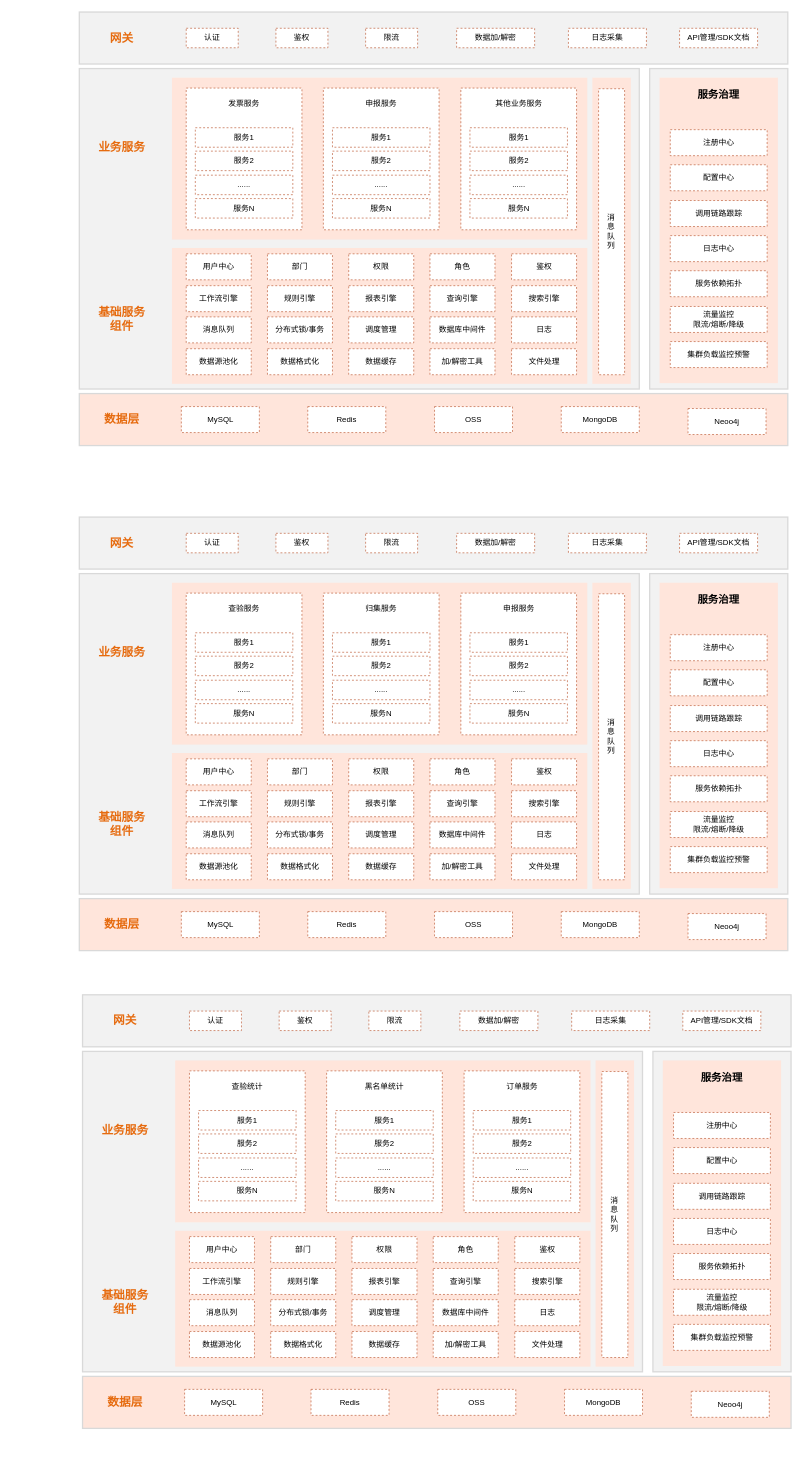
Before: 微服务.drawio in xingzhihe/hello-world, a draw.io diagram. Source tidied: cells renumbered, new cells numbered last; positions are measured from the earlier drawing's top-left corner, leaving out a move shared by most shapes. Both pictures are drawn from the tidied source at 65%, with x=0, y=0 at pixel (79, 12).
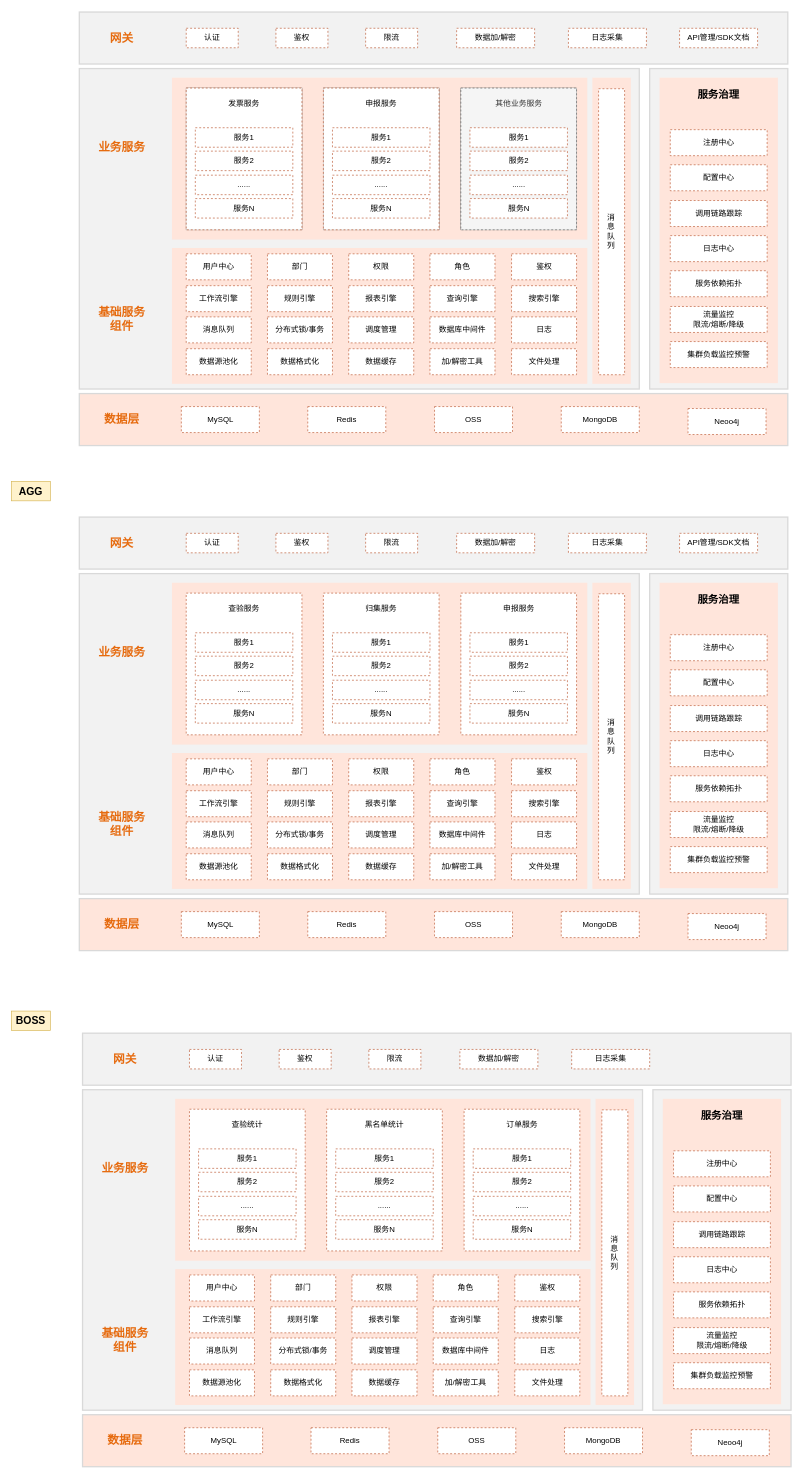
The same diagram, later.

Commit message:
更新微服务.drawio

The edit, as a diff of the source:
```diff
@@
-    <mxCell id="42" style="group;" parent="1" vertex="1">
+    <mxCell id="42" style="group;fillColor=#f5f5f5;strokeColor=#666666;fontColor=#333333;" parent="1" vertex="1">
       <mxGeometry x="376" y="117" width="178" height="218" as="geometry" />
     </mxCell>
@@
-    <mxCell id="48" style="group;" parent="1" vertex="1">
+    <mxCell id="48" style="group;fillColor=#f5f5f5;strokeColor=#666666;fontColor=#333333;" parent="1" vertex="1">
       <mxGeometry x="587.5" y="117" width="178" height="218" as="geometry" />
     </mxCell>
-    <mxCell id="49" value="其他业务服务" style="whiteSpace=wrap;html=1;strokeColor=#BB5933;dashed=1;verticalAlign=top;spacingBottom=0;spacingTop=10;" parent="48" vertex="1">
+    <mxCell id="49" value="其他业务服务" style="whiteSpace=wrap;html=1;strokeColor=#666666;dashed=1;verticalAlign=top;spacingBottom=0;spacingTop=10;fillColor=#f5f5f5;fontColor=#333333;" parent="48" vertex="1">
       <mxGeometry width="178" height="218" as="geometry" />
     </mxCell>
@@
-    <mxCell id="57" style="group;" parent="1" vertex="1">
+    <mxCell id="57" style="group;fillColor=#f5f5f5;strokeColor=#666666;fontColor=#333333;" parent="1" vertex="1">
       <mxGeometry x="165" y="117" width="178" height="218" as="geometry" />
     </mxCell>
@@
     <mxCell id="142" style="whiteSpace=wrap;html=1;fontSize=18;fontStyle=1;strokeWidth=2;fillColor=#F2F2F2;strokeColor=#D9D9D9;" parent="1" vertex="1">
-      <mxGeometry x="5.5" y="1599" width="861.5" height="493" as="geometry" />
+      <mxGeometry x="5.5" y="1658" width="861.5" height="493" as="geometry" />
     </mxCell>
     <mxCell id="143" style="whiteSpace=wrap;html=1;align=center;verticalAlign=top;fontSize=16;fontStyle=1;fillColor=#FFE5DB;strokeColor=none;fontColor=#143642;" parent="1" vertex="1">
-      <mxGeometry x="794.8" y="1613" width="59.2" height="471" as="geometry" />
+      <mxGeometry x="794.8" y="1672" width="59.2" height="471" as="geometry" />
     </mxCell>
     <mxCell id="144" style="whiteSpace=wrap;html=1;fontSize=18;fontStyle=1;strokeWidth=2;fillColor=#F2F2F2;strokeColor=#D9D9D9;" parent="1" vertex="1">
-      <mxGeometry x="5.5" y="1512" width="1090" height="80" as="geometry" />
+      <mxGeometry x="5.5" y="1571" width="1090" height="80" as="geometry" />
     </mxCell>
     <mxCell id="145" value="网关" style="whiteSpace=wrap;html=1;fillColor=none;strokeColor=none;fontStyle=1;fontSize=18;fontColor=#E66B0F;" parent="1" vertex="1">
-      <mxGeometry x="10.5" y="1532" width="120" height="40" as="geometry" />
+      <mxGeometry x="10.5" y="1591" width="120" height="40" as="geometry" />
     </mxCell>
     <mxCell id="146" style="whiteSpace=wrap;html=1;align=center;verticalAlign=top;fontSize=16;fontStyle=1;fillColor=#FFE5DB;strokeColor=none;fontColor=#143642;" parent="1" vertex="1">
-      <mxGeometry x="148" y="1875" width="639" height="209" as="geometry" />
+      <mxGeometry x="148" y="1934" width="639" height="209" as="geometry" />
     </mxCell>
     <mxCell id="147" style="whiteSpace=wrap;html=1;align=center;verticalAlign=top;fontSize=16;fontStyle=1;fillColor=#FFE5DB;strokeColor=none;fontColor=#143642;" parent="1" vertex="1">
-      <mxGeometry x="148" y="1613" width="639" height="249" as="geometry" />
+      <mxGeometry x="148" y="1672" width="639" height="249" as="geometry" />
     </mxCell>
     <mxCell id="148" value="基础服务&lt;br&gt;组件" style="whiteSpace=wrap;html=1;fontSize=18;fontStyle=1;strokeColor=none;fillColor=none;fontColor=#E66B0F;" parent="1" vertex="1">
-      <mxGeometry x="10.5" y="1965" width="120" height="40" as="geometry" />
+      <mxGeometry x="10.5" y="2024" width="120" height="40" as="geometry" />
     </mxCell>
     <mxCell id="149" style="whiteSpace=wrap;html=1;fillColor=#FFE5DB;strokeColor=#D9D9D9;fontSize=18;fontStyle=1;fontColor=#143642;strokeWidth=2;" parent="1" vertex="1">
-      <mxGeometry x="5.5" y="2099" width="1090" height="80" as="geometry" />
+      <mxGeometry x="5.5" y="2158" width="1090" height="80" as="geometry" />
     </mxCell>
     <mxCell id="150" value="数据层" style="whiteSpace=wrap;html=1;fillColor=none;strokeColor=none;fontSize=18;fontStyle=1;fontColor=#E66B0F;" parent="1" vertex="1">
-      <mxGeometry x="10.5" y="2119" width="120" height="40" as="geometry" />
+      <mxGeometry x="10.5" y="2178" width="120" height="40" as="geometry" />
     </mxCell>
     <mxCell id="151" value="MySQL" style="whiteSpace=wrap;html=1;strokeColor=#BB5933;dashed=1;" parent="1" vertex="1">
-      <mxGeometry x="162.5" y="2119" width="120" height="40" as="geometry" />
+      <mxGeometry x="162.5" y="2178" width="120" height="40" as="geometry" />
     </mxCell>
     <mxCell id="152" value="OSS" style="whiteSpace=wrap;html=1;strokeColor=#BB5933;dashed=1;" parent="1" vertex="1">
-      <mxGeometry x="552" y="2119" width="120" height="40" as="geometry" />
+      <mxGeometry x="552" y="2178" width="120" height="40" as="geometry" />
     </mxCell>
     <mxCell id="153" value="MongoDB" style="whiteSpace=wrap;html=1;strokeColor=#BB5933;dashed=1;" parent="1" vertex="1">
-      <mxGeometry x="747" y="2119" width="120" height="40" as="geometry" />
+      <mxGeometry x="747" y="2178" width="120" height="40" as="geometry" />
     </mxCell>
     <mxCell id="154" value="数据源池化" style="whiteSpace=wrap;html=1;strokeColor=#BB5933;dashed=1;" parent="1" vertex="1">
-      <mxGeometry x="170" y="2030" width="100" height="40" as="geometry" />
+      <mxGeometry x="170" y="2089" width="100" height="40" as="geometry" />
     </mxCell>
     <mxCell id="155" value="数据格式化" style="whiteSpace=wrap;html=1;strokeColor=#BB5933;dashed=1;" parent="1" vertex="1">
-      <mxGeometry x="295" y="2030" width="100" height="40" as="geometry" />
+      <mxGeometry x="295" y="2089" width="100" height="40" as="geometry" />
     </mxCell>
     <mxCell id="156" value="数据缓存" style="whiteSpace=wrap;html=1;strokeColor=#BB5933;dashed=1;" parent="1" vertex="1">
-      <mxGeometry x="420" y="2030" width="100" height="40" as="geometry" />
+      <mxGeometry x="420" y="2089" width="100" height="40" as="geometry" />
     </mxCell>
     <mxCell id="157" value="加/解密工具" style="whiteSpace=wrap;html=1;strokeColor=#BB5933;dashed=1;" parent="1" vertex="1">
-      <mxGeometry x="545" y="2030" width="100" height="40" as="geometry" />
+      <mxGeometry x="545" y="2089" width="100" height="40" as="geometry" />
     </mxCell>
     <mxCell id="158" value="文件处理" style="whiteSpace=wrap;html=1;strokeColor=#BB5933;dashed=1;" parent="1" vertex="1">
-      <mxGeometry x="670.5" y="2030" width="100" height="40" as="geometry" />
+      <mxGeometry x="670.5" y="2089" width="100" height="40" as="geometry" />
     </mxCell>
     <mxCell id="159" value="消息队列" style="whiteSpace=wrap;html=1;strokeColor=#BB5933;dashed=1;" parent="1" vertex="1">
-      <mxGeometry x="170" y="1981" width="100" height="40" as="geometry" />
+      <mxGeometry x="170" y="2040" width="100" height="40" as="geometry" />
     </mxCell>
     <mxCell id="160" value="分布式锁/事务" style="whiteSpace=wrap;html=1;strokeColor=#BB5933;dashed=1;" parent="1" vertex="1">
-      <mxGeometry x="295" y="1981" width="100" height="40" as="geometry" />
+      <mxGeometry x="295" y="2040" width="100" height="40" as="geometry" />
     </mxCell>
     <mxCell id="161" value="调度管理" style="whiteSpace=wrap;html=1;strokeColor=#BB5933;dashed=1;" parent="1" vertex="1">
-      <mxGeometry x="420" y="1981" width="100" height="40" as="geometry" />
+      <mxGeometry x="420" y="2040" width="100" height="40" as="geometry" />
     </mxCell>
     <mxCell id="162" value="工作流引擎" style="whiteSpace=wrap;html=1;strokeColor=#BB5933;dashed=1;" parent="1" vertex="1">
-      <mxGeometry x="170" y="1933" width="100" height="40" as="geometry" />
+      <mxGeometry x="170" y="1992" width="100" height="40" as="geometry" />
     </mxCell>
     <mxCell id="163" value="搜索引擎" style="whiteSpace=wrap;html=1;strokeColor=#BB5933;dashed=1;" parent="1" vertex="1">
-      <mxGeometry x="670.5" y="1933" width="100" height="40" as="geometry" />
+      <mxGeometry x="670.5" y="1992" width="100" height="40" as="geometry" />
     </mxCell>
     <mxCell id="164" value="查询引擎" style="whiteSpace=wrap;html=1;strokeColor=#BB5933;dashed=1;" parent="1" vertex="1">
-      <mxGeometry x="545" y="1933" width="100" height="40" as="geometry" />
+      <mxGeometry x="545" y="1992" width="100" height="40" as="geometry" />
     </mxCell>
     <mxCell id="165" value="报表引擎" style="whiteSpace=wrap;html=1;strokeColor=#BB5933;dashed=1;" parent="1" vertex="1">
-      <mxGeometry x="420" y="1933" width="100" height="40" as="geometry" />
+      <mxGeometry x="420" y="1992" width="100" height="40" as="geometry" />
     </mxCell>
     <mxCell id="166" value="规则引擎" style="whiteSpace=wrap;html=1;strokeColor=#BB5933;dashed=1;" parent="1" vertex="1">
-      <mxGeometry x="295" y="1933" width="100" height="40" as="geometry" />
+      <mxGeometry x="295" y="1992" width="100" height="40" as="geometry" />
     </mxCell>
     <mxCell id="167" value="鉴权" style="whiteSpace=wrap;html=1;strokeColor=#BB5933;dashed=1;" parent="1" vertex="1">
-      <mxGeometry x="670.5" y="1884" width="100" height="40" as="geometry" />
+      <mxGeometry x="670.5" y="1943" width="100" height="40" as="geometry" />
     </mxCell>
     <mxCell id="168" value="日志" style="whiteSpace=wrap;html=1;strokeColor=#BB5933;dashed=1;" parent="1" vertex="1">
-      <mxGeometry x="670.5" y="1981" width="100" height="40" as="geometry" />
+      <mxGeometry x="670.5" y="2040" width="100" height="40" as="geometry" />
     </mxCell>
     <mxCell id="169" value="用户中心" style="whiteSpace=wrap;html=1;strokeColor=#BB5933;dashed=1;" parent="1" vertex="1">
-      <mxGeometry x="170" y="1884" width="100" height="40" as="geometry" />
+      <mxGeometry x="170" y="1943" width="100" height="40" as="geometry" />
     </mxCell>
     <mxCell id="170" value="部门" style="whiteSpace=wrap;html=1;strokeColor=#BB5933;dashed=1;" parent="1" vertex="1">
-      <mxGeometry x="295" y="1884" width="100" height="40" as="geometry" />
+      <mxGeometry x="295" y="1943" width="100" height="40" as="geometry" />
     </mxCell>
     <mxCell id="171" value="权限" style="whiteSpace=wrap;html=1;strokeColor=#BB5933;dashed=1;" parent="1" vertex="1">
-      <mxGeometry x="420" y="1884" width="100" height="40" as="geometry" />
+      <mxGeometry x="420" y="1943" width="100" height="40" as="geometry" />
     </mxCell>
     <mxCell id="172" value="角色" style="whiteSpace=wrap;html=1;strokeColor=#BB5933;dashed=1;" parent="1" vertex="1">
-      <mxGeometry x="545" y="1884" width="100" height="40" as="geometry" />
+      <mxGeometry x="545" y="1943" width="100" height="40" as="geometry" />
     </mxCell>
     <mxCell id="173" value="认证" style="whiteSpace=wrap;html=1;strokeColor=#BB5933;dashed=1;" parent="1" vertex="1">
-      <mxGeometry x="170" y="1537" width="80" height="30" as="geometry" />
+      <mxGeometry x="170" y="1596" width="80" height="30" as="geometry" />
     </mxCell>
     <mxCell id="174" value="限流" style="whiteSpace=wrap;html=1;strokeColor=#BB5933;dashed=1;" parent="1" vertex="1">
-      <mxGeometry x="446" y="1537" width="80" height="30" as="geometry" />
+      <mxGeometry x="446" y="1596" width="80" height="30" as="geometry" />
     </mxCell>
     <mxCell id="175" value="数据加/解密" style="whiteSpace=wrap;html=1;strokeColor=#BB5933;dashed=1;" parent="1" vertex="1">
-      <mxGeometry x="586" y="1537" width="120" height="30" as="geometry" />
+      <mxGeometry x="586" y="1596" width="120" height="30" as="geometry" />
     </mxCell>
     <mxCell id="176" value="日志采集" style="whiteSpace=wrap;html=1;strokeColor=#BB5933;dashed=1;" parent="1" vertex="1">
-      <mxGeometry x="758" y="1537" width="120" height="30" as="geometry" />
+      <mxGeometry x="758" y="1596" width="120" height="30" as="geometry" />
     </mxCell>
-    <mxCell id="177" value="API管理/SDK文档" style="whiteSpace=wrap;html=1;strokeColor=#BB5933;dashed=1;" parent="1" vertex="1">
-      <mxGeometry x="929" y="1537" width="120" height="30" as="geometry" />
-    </mxCell>
     <mxCell id="178" value="消&lt;br&gt;息&lt;br&gt;队&lt;br&gt;列" style="whiteSpace=wrap;html=1;strokeColor=#BB5933;dashed=1;" parent="1" vertex="1">
-      <mxGeometry x="804.4" y="1630" width="40" height="440" as="geometry" />
+      <mxGeometry x="804.4" y="1689" width="40" height="440" as="geometry" />
     </mxCell>
     <mxCell id="179" value="Redis" style="whiteSpace=wrap;html=1;strokeColor=#BB5933;dashed=1;" parent="1" vertex="1">
-      <mxGeometry x="357" y="2119" width="120" height="40" as="geometry" />
+      <mxGeometry x="357" y="2178" width="120" height="40" as="geometry" />
     </mxCell>
     <mxCell id="180" value="Neoo4j" style="whiteSpace=wrap;html=1;strokeColor=#BB5933;dashed=1;" parent="1" vertex="1">
-      <mxGeometry x="942" y="2122" width="120" height="40" as="geometry" />
+      <mxGeometry x="942" y="2181" width="120" height="40" as="geometry" />
     </mxCell>
     <mxCell id="181" value="数据库中间件" style="whiteSpace=wrap;html=1;strokeColor=#BB5933;dashed=1;" parent="1" vertex="1">
-      <mxGeometry x="545" y="1981" width="100" height="40" as="geometry" />
+      <mxGeometry x="545" y="2040" width="100" height="40" as="geometry" />
     </mxCell>
     <mxCell id="182" style="group;" parent="1" vertex="1">
-      <mxGeometry x="381" y="1629" width="178" height="218" as="geometry" />
+      <mxGeometry x="381" y="1688" width="178" height="218" as="geometry" />
     </mxCell>
@@
     <mxCell id="188" style="group;" parent="1" vertex="1">
-      <mxGeometry x="592.5" y="1629" width="178" height="218" as="geometry" />
+      <mxGeometry x="592.5" y="1688" width="178" height="218" as="geometry" />
     </mxCell>
@@
     <mxCell id="194" value="鉴权" style="whiteSpace=wrap;html=1;strokeColor=#BB5933;dashed=1;" parent="1" vertex="1">
-      <mxGeometry x="308" y="1537" width="80" height="30" as="geometry" />
+      <mxGeometry x="308" y="1596" width="80" height="30" as="geometry" />
     </mxCell>
     <mxCell id="195" value="业务服务" style="whiteSpace=wrap;html=1;fontSize=18;fontStyle=1;strokeColor=none;fillColor=none;fontColor=#E66B0F;" parent="1" vertex="1">
-      <mxGeometry x="10.5" y="1700" width="120" height="40" as="geometry" />
+      <mxGeometry x="10.5" y="1759" width="120" height="40" as="geometry" />
     </mxCell>
     <mxCell id="196" style="whiteSpace=wrap;html=1;fontSize=18;fontStyle=1;strokeWidth=2;fillColor=#F2F2F2;strokeColor=#D9D9D9;" parent="1" vertex="1">
-      <mxGeometry x="883" y="1599" width="212.5" height="493" as="geometry" />
+      <mxGeometry x="883" y="1658" width="212.5" height="493" as="geometry" />
     </mxCell>
     <mxCell id="197" style="group;" parent="1" vertex="1">
-      <mxGeometry x="170" y="1629" width="178" height="218" as="geometry" />
+      <mxGeometry x="170" y="1688" width="178" height="218" as="geometry" />
     </mxCell>
@@
     <mxCell id="203" style="group;" parent="1" vertex="1">
-      <mxGeometry x="898.2" y="1613" width="182" height="470" as="geometry" />
+      <mxGeometry x="898.2" y="1672" width="182" height="470" as="geometry" />
     </mxCell>
@@
+    <mxCell id="212" value="AGG" style="text;html=1;strokeColor=#d6b656;fillColor=#fff2cc;align=center;verticalAlign=middle;whiteSpace=wrap;rounded=0;fontStyle=1;fontSize=16;" parent="1" vertex="1">
+      <mxGeometry x="-104" y="722" width="60" height="30" as="geometry" />
+    </mxCell>
+    <mxCell id="213" value="BOSS" style="text;html=1;strokeColor=#d6b656;fillColor=#fff2cc;align=center;verticalAlign=middle;whiteSpace=wrap;rounded=0;fontStyle=1;fontSize=16;" parent="1" vertex="1">
+      <mxGeometry x="-104" y="1537" width="60" height="30" as="geometry" />
+    </mxCell>
```
